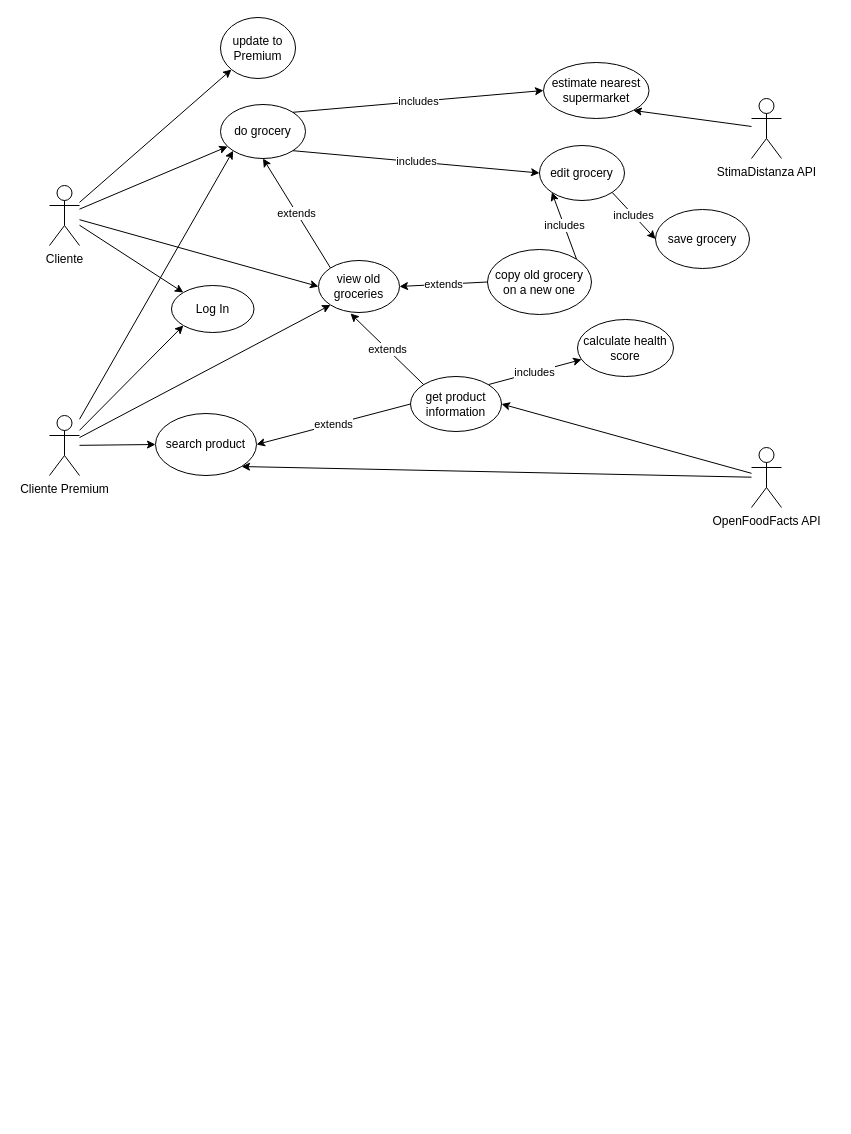
The draw.io diagram others/Use_Case_Diagram.drawio in FredHats99/HealthyCart, before the edit. Source tidied: cells renumbered, new cells numbered last; positions are measured from the earlier drawing's top-left corner, leaving out a move shared by most shapes. Both pictures are drawn from the tidied source at 100%, with x=0, y=0 at pixel (49, 17).
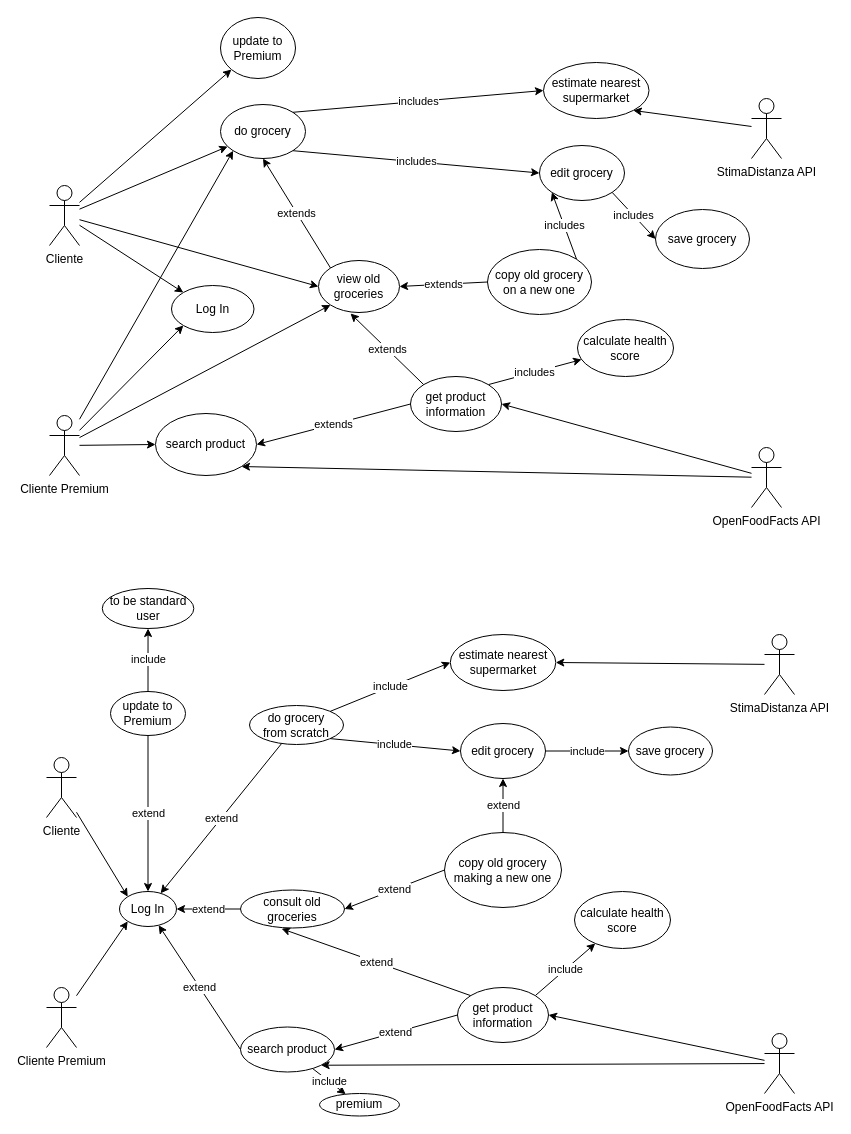
The same page after the edit.

Commit message:
use case diagram premium

The edit, as a diff of the source:
```diff
@@
+    <mxCell id="37" value="Cliente&lt;br&gt;" style="shape=umlActor;verticalLabelPosition=bottom;verticalAlign=top;html=1;outlineConnect=0;" parent="1" vertex="1">
+      <mxGeometry x="-3" y="740" width="30" height="60" as="geometry" />
+    </mxCell>
+    <mxCell id="38" value="estimate nearest supermarket" style="ellipse;whiteSpace=wrap;html=1;" parent="1" vertex="1">
+      <mxGeometry x="400.8" y="617" width="105.5" height="56" as="geometry" />
+    </mxCell>
+    <mxCell id="39" value="edit grocery" style="ellipse;whiteSpace=wrap;html=1;" parent="1" vertex="1">
+      <mxGeometry x="411" y="706" width="85" height="55" as="geometry" />
+    </mxCell>
+    <mxCell id="40" value="save grocery" style="ellipse;whiteSpace=wrap;html=1;" parent="1" vertex="1">
+      <mxGeometry x="579" y="709.5" width="84" height="48" as="geometry" />
+    </mxCell>
+    <mxCell id="41" value="extend" style="edgeStyle=none;rounded=0;jettySize=auto;html=1;" parent="1" edge="1" source="42" target="63">
+      <mxGeometry relative="1" as="geometry" />
+    </mxCell>
+    <mxCell id="42" value="do grocery&lt;br&gt;from scratch" style="ellipse;whiteSpace=wrap;html=1;" parent="1" vertex="1">
+      <mxGeometry x="200" y="688" width="94" height="39" as="geometry" />
+    </mxCell>
+    <mxCell id="43" value="OpenFoodFacts API&lt;br&gt;" style="shape=umlActor;verticalLabelPosition=bottom;verticalAlign=top;html=1;outlineConnect=0;" parent="1" vertex="1">
+      <mxGeometry x="715" y="1016" width="30" height="60" as="geometry" />
+    </mxCell>
+    <mxCell id="44" value="StimaDistanza API" style="shape=umlActor;verticalLabelPosition=bottom;verticalAlign=top;html=1;outlineConnect=0;" parent="1" vertex="1">
+      <mxGeometry x="715" y="617" width="30" height="60" as="geometry" />
+    </mxCell>
+    <mxCell id="45" value="include" style="edgeStyle=none;rounded=0;jettySize=auto;html=1;" parent="1" edge="1" source="46" target="72">
+      <mxGeometry relative="1" as="geometry" />
+    </mxCell>
+    <mxCell id="46" value="search product" style="ellipse;whiteSpace=wrap;html=1;" parent="1" vertex="1">
+      <mxGeometry x="191" y="1009.5" width="94" height="45" as="geometry" />
+    </mxCell>
+    <mxCell id="47" style="endArrow=classic;html=1;rounded=0;entryX=1;entryY=1;entryDx=0;entryDy=0;" parent="1" edge="1" source="43" target="46">
+      <mxGeometry relative="1" as="geometry" />
+    </mxCell>
+    <mxCell id="48" value="include" style="endArrow=classic;html=1;rounded=0;exitX=1;exitY=0;exitDx=0;exitDy=0;" parent="1" edge="1" source="51" target="49">
+      <mxGeometry relative="1" as="geometry" />
+    </mxCell>
+    <mxCell id="49" value="calculate health score" style="ellipse;whiteSpace=wrap;html=1;" parent="1" vertex="1">
+      <mxGeometry x="525" y="874" width="96" height="57" as="geometry" />
+    </mxCell>
+    <mxCell id="50" style="endArrow=classic;html=1;rounded=0;entryX=1;entryY=0.5;entryDx=0;entryDy=0;" parent="1" edge="1" source="44" target="38">
+      <mxGeometry relative="1" as="geometry" />
+    </mxCell>
+    <mxCell id="51" value="get product information" style="ellipse;whiteSpace=wrap;html=1;" parent="1" vertex="1">
+      <mxGeometry x="408" y="970" width="91" height="55" as="geometry" />
+    </mxCell>
+    <mxCell id="52" style="endArrow=classic;html=1;rounded=0;entryX=1;entryY=0.5;entryDx=0;entryDy=0;" parent="1" edge="1" source="43" target="51">
+      <mxGeometry relative="1" as="geometry" />
+    </mxCell>
+    <mxCell id="53" value="extend" style="endArrow=classic;html=1;rounded=0;exitX=0;exitY=0.5;exitDx=0;exitDy=0;entryX=1;entryY=0.5;entryDx=0;entryDy=0;" parent="1" edge="1" source="51" target="46">
+      <mxGeometry relative="1" as="geometry" />
+    </mxCell>
+    <mxCell id="54" value="copy old grocery&lt;br&gt;making a new one" style="ellipse;whiteSpace=wrap;html=1;" parent="1" vertex="1">
+      <mxGeometry x="395" y="815" width="117" height="75" as="geometry" />
+    </mxCell>
+    <mxCell id="55" value="include" style="endArrow=classic;html=1;rounded=0;entryX=0;entryY=0.5;entryDx=0;entryDy=0;exitX=1;exitY=0;exitDx=0;exitDy=0;" parent="1" edge="1" source="42" target="38">
+      <mxGeometry relative="1" as="geometry" />
+    </mxCell>
+    <mxCell id="56" value="include" style="endArrow=classic;html=1;rounded=0;exitX=1;exitY=1;exitDx=0;exitDy=0;entryX=0;entryY=0.5;entryDx=0;entryDy=0;" parent="1" edge="1" source="42" target="39">
+      <mxGeometry relative="1" as="geometry" />
+    </mxCell>
+    <mxCell id="57" value="extend" style="endArrow=classic;html=1;rounded=0;entryX=1;entryY=0.5;entryDx=0;entryDy=0;exitX=0;exitY=0.5;exitDx=0;exitDy=0;" parent="1" edge="1" source="54" target="67">
+      <mxGeometry relative="1" as="geometry" />
+    </mxCell>
+    <mxCell id="58" value="extend" style="endArrow=classic;html=1;rounded=0;entryX=0.5;entryY=1;entryDx=0;entryDy=0;exitX=0.5;exitY=0;exitDx=0;exitDy=0;" parent="1" edge="1" source="54" target="39">
+      <mxGeometry relative="1" as="geometry" />
+    </mxCell>
+    <mxCell id="59" value="include" style="endArrow=classic;html=1;rounded=0;entryX=0;entryY=0.5;entryDx=0;entryDy=0;exitX=1;exitY=0.5;exitDx=0;exitDy=0;" parent="1" edge="1" source="39" target="40">
+      <mxGeometry relative="1" as="geometry" />
+    </mxCell>
+    <mxCell id="60" value="extend" style="endArrow=classic;html=1;rounded=0;entryX=0.395;entryY=1.019;entryDx=0;entryDy=0;exitX=0;exitY=0;exitDx=0;exitDy=0;entryPerimeter=0;" parent="1" edge="1" source="51" target="67">
+      <mxGeometry relative="1" as="geometry" />
+    </mxCell>
+    <mxCell id="61" value="Cliente Premium" style="shape=umlActor;verticalLabelPosition=bottom;verticalAlign=top;html=1;outlineConnect=0;" parent="1" vertex="1">
+      <mxGeometry x="-3" y="970" width="30" height="60" as="geometry" />
+    </mxCell>
+    <mxCell id="62" value="extend" style="rounded=0;jettySize=auto;html=1;exitX=0;exitY=0.5;exitDx=0;exitDy=0;" parent="1" edge="1" source="46" target="63">
+      <mxGeometry relative="1" as="geometry" />
+    </mxCell>
+    <mxCell id="63" value="Log In" style="ellipse;whiteSpace=wrap;html=1;" parent="1" vertex="1">
+      <mxGeometry x="70" y="874" width="57" height="35" as="geometry" />
+    </mxCell>
+    <mxCell id="64" style="endArrow=classic;html=1;rounded=0;entryX=0;entryY=0;entryDx=0;entryDy=0;" parent="1" edge="1" source="37" target="63">
+      <mxGeometry relative="1" as="geometry" />
+    </mxCell>
+    <mxCell id="65" style="endArrow=classic;html=1;rounded=0;entryX=0;entryY=1;entryDx=0;entryDy=0;" parent="1" edge="1" source="61" target="63">
+      <mxGeometry relative="1" as="geometry" />
+    </mxCell>
+    <mxCell id="66" value="extend" style="edgeStyle=none;rounded=0;jettySize=auto;html=1;entryX=1;entryY=0.5;entryDx=0;entryDy=0;" parent="1" edge="1" source="67" target="63">
+      <mxGeometry relative="1" as="geometry" />
+    </mxCell>
+    <mxCell id="67" value="consult old groceries" style="ellipse;whiteSpace=wrap;html=1;" parent="1" vertex="1">
+      <mxGeometry x="191" y="872.5" width="104" height="38" as="geometry" />
+    </mxCell>
+    <mxCell id="68" value="extend" style="edgeStyle=none;rounded=0;jettySize=auto;html=1;" parent="1" edge="1" source="70" target="63">
+      <mxGeometry relative="1" as="geometry" />
+    </mxCell>
+    <mxCell id="69" value="include" style="edgeStyle=none;rounded=0;jettySize=auto;html=1;" parent="1" edge="1" source="70" target="71">
+      <mxGeometry relative="1" as="geometry" />
+    </mxCell>
+    <mxCell id="70" value="update to Premium" style="ellipse;whiteSpace=wrap;html=1;" parent="1" vertex="1">
+      <mxGeometry x="61" y="674" width="75" height="44" as="geometry" />
+    </mxCell>
+    <mxCell id="71" value="to be standard user" style="ellipse;whiteSpace=wrap;html=1;" parent="1" vertex="1">
+      <mxGeometry x="52.8" y="571" width="91.5" height="40" as="geometry" />
+    </mxCell>
+    <mxCell id="72" value="premium" style="ellipse;whiteSpace=wrap;html=1;" parent="1" vertex="1">
+      <mxGeometry x="270" y="1076" width="80" height="22.5" as="geometry" />
+    </mxCell>
```
